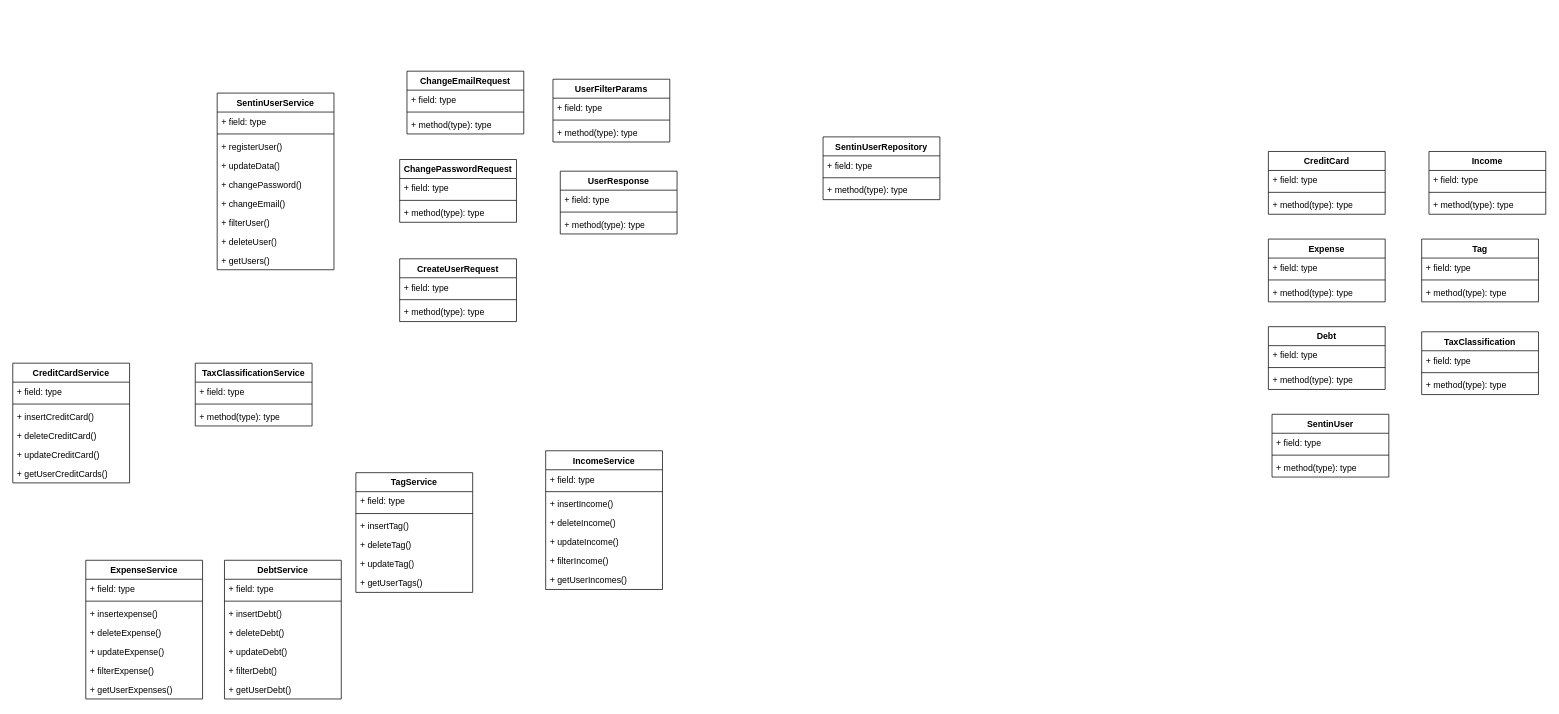
Above: page "Page-2" (2 of 2) of schemas/uml.drawio in Patgo39/sentin (draw.io), before the change. Source tidied: cells renumbered, new cells numbered last; positions are measured from the earlier drawing's top-left corner, leaving out a move shared by most shapes. Both pictures are drawn from the tidied source at 73%, with x=0, y=0 at pixel (12, 71).
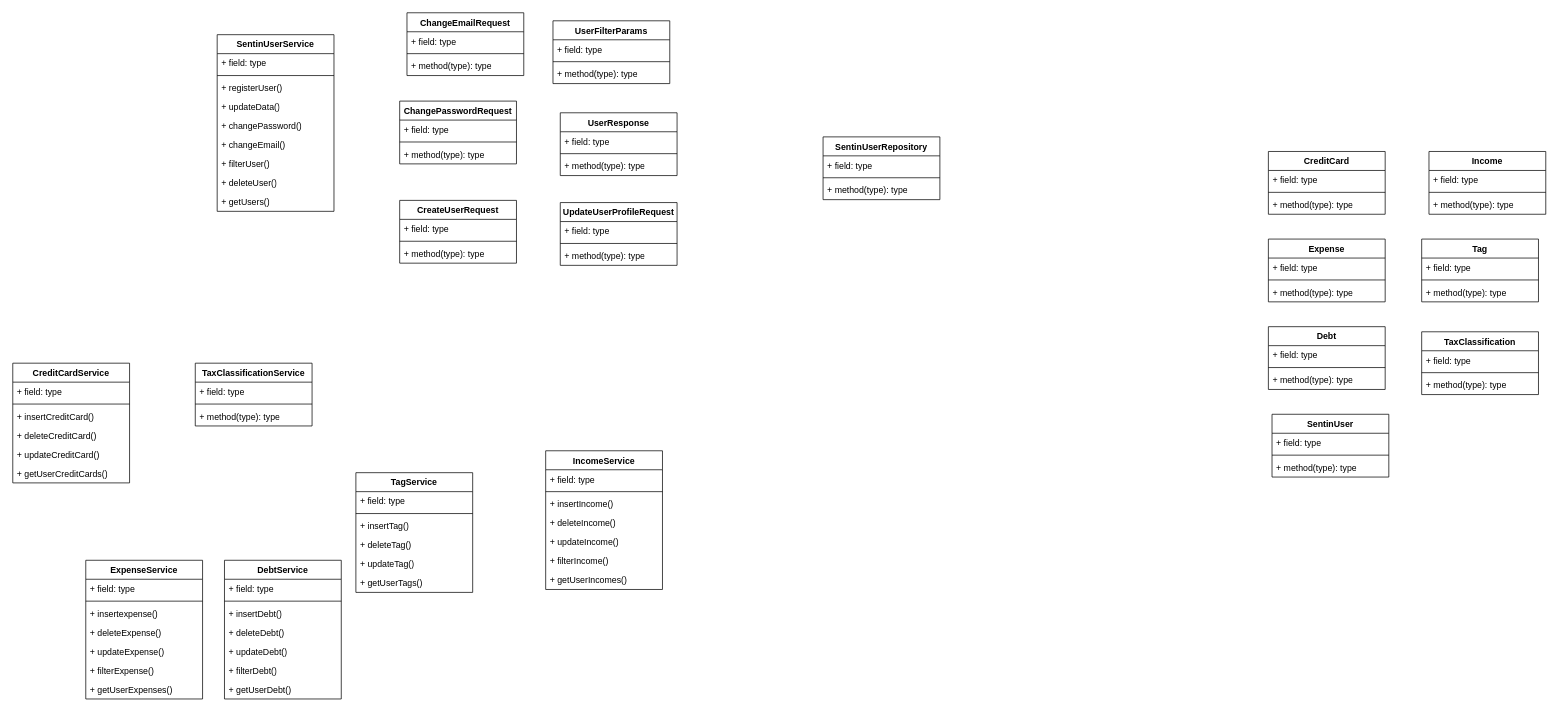
Above is the later version.

Diff of the diagram source:
```diff
@@
     <mxCell id="30" value="SentinUserService" style="swimlane;fontStyle=1;align=center;verticalAlign=top;horizontal=1;startSize=26;whiteSpace=wrap;html=1;" parent="1" vertex="1">
-      <mxGeometry x="280" y="30" width="160" height="242" as="geometry" />
+      <mxGeometry x="280" y="-50" width="160" height="242" as="geometry" />
     </mxCell>
@@
     <mxCell id="40" value="ChangeEmailRequest" style="swimlane;fontStyle=1;align=center;verticalAlign=top;horizontal=1;startSize=26;whiteSpace=wrap;html=1;" parent="1" vertex="1">
-      <mxGeometry x="540" width="160" height="86" as="geometry" />
+      <mxGeometry x="540" y="-80" width="160" height="86" as="geometry" />
     </mxCell>
@@
     <mxCell id="44" value="ChangePasswordRequest" style="swimlane;fontStyle=1;align=center;verticalAlign=top;horizontal=1;startSize=26;whiteSpace=wrap;html=1;" parent="1" vertex="1">
-      <mxGeometry x="530" y="121" width="160" height="86" as="geometry" />
+      <mxGeometry x="530" y="41" width="160" height="86" as="geometry" />
     </mxCell>
@@
     <mxCell id="48" value="CreateUserRequest" style="swimlane;fontStyle=1;align=center;verticalAlign=top;horizontal=1;startSize=26;whiteSpace=wrap;html=1;" parent="1" vertex="1">
-      <mxGeometry x="530" y="257" width="160" height="86" as="geometry" />
+      <mxGeometry x="530" y="177" width="160" height="86" as="geometry" />
     </mxCell>
@@
     <mxCell id="52" value="UserFilterParams" style="swimlane;fontStyle=1;align=center;verticalAlign=top;horizontal=1;startSize=26;whiteSpace=wrap;html=1;" parent="1" vertex="1">
-      <mxGeometry x="740" y="11" width="160" height="86" as="geometry" />
+      <mxGeometry x="740" y="-69" width="160" height="86" as="geometry" />
     </mxCell>
@@
     <mxCell id="56" value="UserResponse" style="swimlane;fontStyle=1;align=center;verticalAlign=top;horizontal=1;startSize=26;whiteSpace=wrap;html=1;" parent="1" vertex="1">
-      <mxGeometry x="750" y="137" width="160" height="86" as="geometry" />
+      <mxGeometry x="750" y="57" width="160" height="86" as="geometry" />
     </mxCell>
@@
+    <mxCell id="106" value="UpdateUserProfileRequest" style="swimlane;fontStyle=1;align=center;verticalAlign=top;horizontal=1;startSize=26;whiteSpace=wrap;html=1;" parent="1" vertex="1">
+      <mxGeometry x="750" y="180" width="160" height="86" as="geometry" />
+    </mxCell>
+    <mxCell id="107" value="+ field: type" style="text;strokeColor=none;fillColor=none;align=left;verticalAlign=top;spacingLeft=4;spacingRight=4;overflow=hidden;whiteSpace=wrap;html=1;" parent="106" vertex="1">
+      <mxGeometry y="26" width="160" height="26" as="geometry" />
+    </mxCell>
+    <mxCell id="108" style="line;strokeWidth=1;fillColor=none;align=left;verticalAlign=middle;spacingTop=-1;spacingLeft=3;spacingRight=3;labelPosition=right;strokeColor=inherit;" parent="106" vertex="1">
+      <mxGeometry y="52" width="160" height="8" as="geometry" />
+    </mxCell>
+    <mxCell id="109" value="+ method(type): type" style="text;strokeColor=none;fillColor=none;align=left;verticalAlign=top;spacingLeft=4;spacingRight=4;overflow=hidden;whiteSpace=wrap;html=1;" parent="106" vertex="1">
+      <mxGeometry y="60" width="160" height="26" as="geometry" />
+    </mxCell>
```
